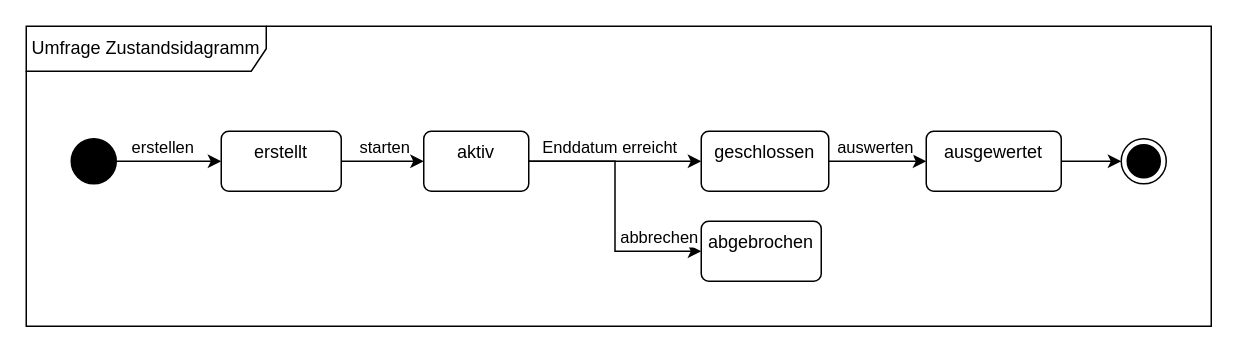
Before: Datenmodelle/Evently_Umfrage_Zustandsdiagramm.drawio in Malte-W-Schule/Software-Technick-2026-Sem03, a draw.io diagram. Source tidied: cells renumbered, new cells numbered last; positions are measured from the earlier drawing's top-left corner, leaving out a move shared by most shapes. Both pictures are drawn from the tidied source at 150%, with x=0, y=0 at pixel (26, 26).
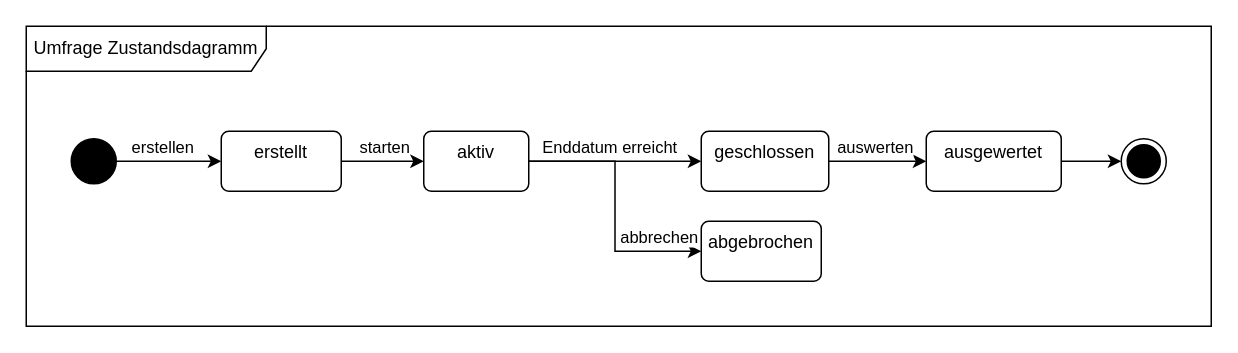
The same diagram, later.

Change to the diagram source:
```diff
@@
-    <mxCell id="2" value="Umfrage Zustandsidagramm" style="shape=umlFrame;whiteSpace=wrap;html=1;width=160;" parent="1" vertex="1">
+    <mxCell id="2" value="Umfrage Zustandsdagramm" style="shape=umlFrame;whiteSpace=wrap;html=1;width=160;" parent="1" vertex="1">
       <mxGeometry width="790" height="200" as="geometry" />
     </mxCell>
```
